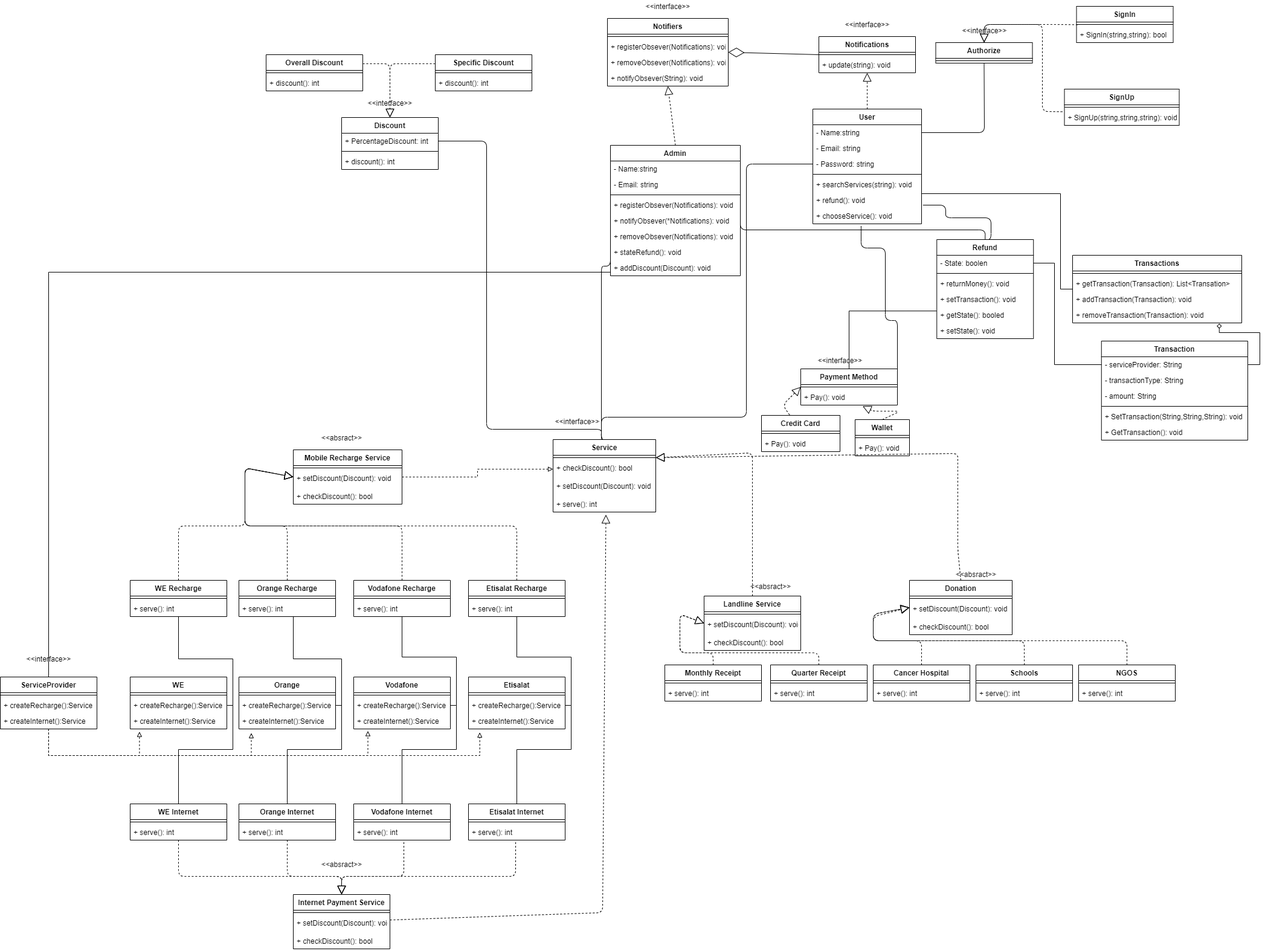
Before: ClassDiagram3.0.png, a diagram exported from draw.io (TheGhost025/Fawry-System). Source tidied: cells renumbered, new cells last; positions are measured from the earlier drawing's top-left corner, leaving out a move shared by most shapes.
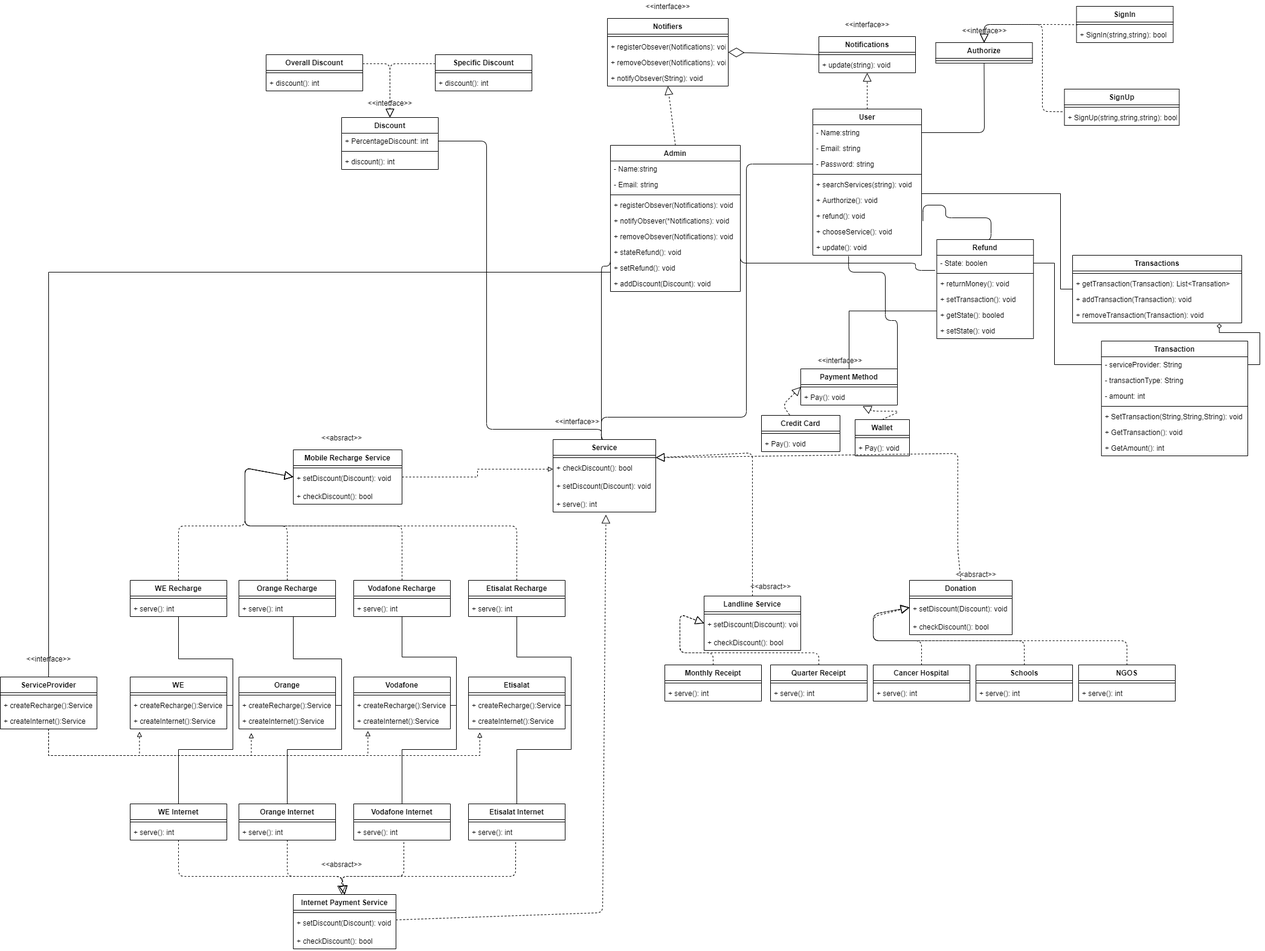
The same diagram one commit later.

What changed in the source:
```diff
@@ -3,7 +3,7 @@
     <mxCell id="0" />
     <mxCell id="1" parent="0" />
     <mxCell id="2" value="User" style="swimlane;fontStyle=1;align=center;verticalAlign=top;horizontal=1;startSize=26;" parent="1" vertex="1">
-      <mxGeometry x="1345" y="180" width="180" height="190" as="geometry" />
+      <mxGeometry x="1345" y="180" width="180" height="242" as="geometry" />
     </mxCell>
     <mxCell id="3" value="- Name:string" style="text;strokeColor=none;fillColor=none;align=left;verticalAlign=top;spacingLeft=4;spacingRight=4;overflow=hidden;points=[[0,0.5],[1,0.5]];portConstraint=eastwest;" parent="2" vertex="1">
       <mxGeometry y="26" width="180" height="26" as="geometry" />
@@ -20,12 +20,18 @@
     <mxCell id="7" value="+ searchServices(string): void" style="text;strokeColor=none;fillColor=none;align=left;verticalAlign=top;spacingLeft=4;spacingRight=4;overflow=hidden;" parent="2" vertex="1">
       <mxGeometry y="112" width="180" height="26" as="geometry" />
     </mxCell>
+    <mxCell id="214" value="+ Aurthorize(): void" style="text;strokeColor=none;fillColor=none;align=left;verticalAlign=top;spacingLeft=4;spacingRight=4;overflow=hidden;" parent="2" vertex="1">
+      <mxGeometry y="138" width="180" height="26" as="geometry" />
+    </mxCell>
     <mxCell id="8" value="+ refund(): void" style="text;strokeColor=none;fillColor=none;align=left;verticalAlign=top;spacingLeft=4;spacingRight=4;overflow=hidden;points=[[0,0.5],[1,0.5]];portConstraint=eastwest;" parent="2" vertex="1">
-      <mxGeometry y="138" width="180" height="26" as="geometry" />
+      <mxGeometry y="164" width="180" height="26" as="geometry" />
     </mxCell>
     <mxCell id="9" value="+ chooseService(): void" style="text;strokeColor=none;fillColor=none;align=left;verticalAlign=top;spacingLeft=4;spacingRight=4;overflow=hidden;points=[[0,0.5],[1,0.5]];portConstraint=eastwest;" parent="2" vertex="1">
-      <mxGeometry y="164" width="180" height="26" as="geometry" />
+      <mxGeometry y="190" width="180" height="26" as="geometry" />
     </mxCell>
+    <mxCell id="215" value="+ update(): void" style="text;strokeColor=none;fillColor=none;align=left;verticalAlign=top;spacingLeft=4;spacingRight=4;overflow=hidden;points=[[0,0.5],[1,0.5]];portConstraint=eastwest;" parent="2" vertex="1">
+      <mxGeometry y="216" width="180" height="26" as="geometry" />
+    </mxCell>
     <mxCell id="10" value="Authorize" style="swimlane;fontStyle=1;align=center;verticalAlign=top;horizontal=1;startSize=26;" parent="1" vertex="1">
       <mxGeometry x="1548.5" y="70" width="160" height="34" as="geometry" />
     </mxCell>
@@ -54,7 +60,7 @@
     <mxCell id="17" style="line;strokeWidth=1;fillColor=none;align=left;verticalAlign=middle;spacingTop=-1;spacingLeft=3;spacingRight=3;labelPosition=right;" parent="16" vertex="1">
       <mxGeometry y="26" width="190" height="8" as="geometry" />
     </mxCell>
-    <mxCell id="18" value="+ SignUp(string,string,string): void" style="text;strokeColor=none;fillColor=none;align=left;verticalAlign=top;spacingLeft=4;spacingRight=4;overflow=hidden;points=[[0,0.5],[1,0.5]];portConstraint=eastwest;" parent="16" vertex="1">
+    <mxCell id="18" value="+ SignUp(string,string,string): bool" style="text;strokeColor=none;fillColor=none;align=left;verticalAlign=top;spacingLeft=4;spacingRight=4;overflow=hidden;points=[[0,0.5],[1,0.5]];portConstraint=eastwest;" parent="16" vertex="1">
       <mxGeometry y="34" width="190" height="26" as="geometry" />
     </mxCell>
     <mxCell id="19" style="endArrow=block;dashed=1;endFill=0;endSize=12;html=1;entryX=0.5;entryY=0;entryDx=0;entryDy=0;exitX=-0.018;exitY=0.131;exitDx=0;exitDy=0;exitPerimeter=0;" parent="1" edge="1" source="18" target="10">
@@ -91,11 +97,11 @@
     <mxCell id="24" value="+ Pay(): void" style="text;strokeColor=none;fillColor=none;align=left;verticalAlign=top;spacingLeft=4;spacingRight=4;overflow=hidden;points=[[0,0.5],[1,0.5]];portConstraint=eastwest;" parent="22" vertex="1">
       <mxGeometry y="34" width="160" height="26" as="geometry" />
     </mxCell>
-    <mxCell id="25" style="endArrow=none;html=1;edgeStyle=orthogonalEdgeStyle;entryX=1;entryY=0.5;entryDx=0;entryDy=0;exitX=0.444;exitY=1.131;exitDx=0;exitDy=0;exitPerimeter=0;" parent="1" edge="1" source="9" target="22">
+    <mxCell id="25" style="endArrow=none;html=1;edgeStyle=orthogonalEdgeStyle;entryX=1;entryY=0.5;entryDx=0;entryDy=0;exitX=0.329;exitY=1.054;exitDx=0;exitDy=0;exitPerimeter=0;" parent="1" edge="1" source="215" target="22">
       <mxGeometry relative="1" as="geometry">
         <Array as="points">
-          <mxPoint x="1425" y="410" />
-          <mxPoint x="1465" y="410" />
+          <mxPoint x="1404" y="450" />
+          <mxPoint x="1465" y="450" />
           <mxPoint x="1465" y="530" />
           <mxPoint x="1485" y="530" />
         </Array>
@@ -150,16 +156,16 @@
       <mxGeometry y="94" width="170" height="26" as="geometry" />
     </mxCell>
     <mxCell id="39" value="Internet Payment Service" style="swimlane;fontStyle=1;align=center;verticalAlign=top;horizontal=1;startSize=26;" parent="1" vertex="1">
-      <mxGeometry x="485" y="1480" width="160" height="90" as="geometry" />
+      <mxGeometry x="485" y="1480" width="170" height="90" as="geometry" />
     </mxCell>
     <mxCell id="40" style="line;strokeWidth=1;fillColor=none;align=left;verticalAlign=middle;spacingTop=-1;spacingLeft=3;spacingRight=3;labelPosition=right;" parent="39" vertex="1">
-      <mxGeometry y="26" width="160" height="8" as="geometry" />
+      <mxGeometry y="26" width="170" height="8" as="geometry" />
     </mxCell>
     <mxCell id="41" value="+ setDiscount(Discount): void" style="text;strokeColor=none;fillColor=none;align=left;verticalAlign=top;spacingLeft=4;spacingRight=4;overflow=hidden;" parent="39" vertex="1">
-      <mxGeometry y="34" width="160" height="30" as="geometry" />
+      <mxGeometry y="34" width="170" height="30" as="geometry" />
     </mxCell>
     <mxCell id="42" value="+ checkDiscount(): bool" style="text;strokeColor=none;fillColor=none;align=left;verticalAlign=top;spacingLeft=4;spacingRight=4;overflow=hidden;" parent="39" vertex="1">
-      <mxGeometry y="64" width="160" height="26" as="geometry" />
+      <mxGeometry y="64" width="170" height="26" as="geometry" />
     </mxCell>
     <mxCell id="43" value="Landline Service" style="swimlane;fontStyle=1;align=center;verticalAlign=top;horizontal=1;startSize=26;" parent="1" vertex="1">
       <mxGeometry x="1165" y="986" width="160" height="90" as="geometry" />
@@ -656,7 +662,7 @@
       </mxGeometry>
     </mxCell>
     <mxCell id="153" value="Admin" style="swimlane;fontStyle=1;align=center;verticalAlign=top;horizontal=1;startSize=26;" parent="1" vertex="1">
-      <mxGeometry x="1010" y="240" width="215" height="216" as="geometry" />
+      <mxGeometry x="1010" y="240" width="215" height="242" as="geometry" />
     </mxCell>
     <mxCell id="154" value="- Name:string" style="text;strokeColor=none;fillColor=none;align=left;verticalAlign=top;spacingLeft=4;spacingRight=4;overflow=hidden;" parent="153" vertex="1">
       <mxGeometry y="26" width="215" height="26" as="geometry" />
@@ -679,8 +685,11 @@
     <mxCell id="160" value="+ stateRefund(): void" style="text;strokeColor=none;fillColor=none;align=left;verticalAlign=top;spacingLeft=4;spacingRight=4;overflow=hidden;points=[[0,0.5],[1,0.5]];portConstraint=eastwest;" parent="153" vertex="1">
       <mxGeometry y="164" width="215" height="26" as="geometry" />
     </mxCell>
+    <mxCell id="216" value="+ setRefund(): void" style="text;strokeColor=none;fillColor=none;align=left;verticalAlign=top;spacingLeft=4;spacingRight=4;overflow=hidden;" parent="153" vertex="1">
+      <mxGeometry y="190" width="215" height="26" as="geometry" />
+    </mxCell>
     <mxCell id="161" value="+ addDiscount(Discount): void" style="text;strokeColor=none;fillColor=none;align=left;verticalAlign=top;spacingLeft=4;spacingRight=4;overflow=hidden;" parent="153" vertex="1">
-      <mxGeometry y="190" width="215" height="26" as="geometry" />
+      <mxGeometry y="216" width="215" height="26" as="geometry" />
     </mxCell>
     <mxCell id="162" style="endArrow=none;html=1;edgeStyle=orthogonalEdgeStyle;entryX=0.5;entryY=0;entryDx=0;entryDy=0;exitX=0;exitY=0.5;exitDx=0;exitDy=0;" parent="1" edge="1" source="160" target="34">
       <mxGeometry relative="1" as="geometry">
@@ -690,11 +699,12 @@
         </Array>
       </mxGeometry>
     </mxCell>
-    <mxCell id="163" style="endArrow=none;html=1;edgeStyle=orthogonalEdgeStyle;entryX=1;entryY=0.5;entryDx=0;entryDy=0;exitX=0.5;exitY=0;exitDx=0;exitDy=0;" parent="1" edge="1" source="132" target="153">
+    <mxCell id="163" style="endArrow=none;html=1;edgeStyle=orthogonalEdgeStyle;entryX=1;entryY=0.5;entryDx=0;entryDy=0;exitX=-0.018;exitY=0.962;exitDx=0;exitDy=0;exitPerimeter=0;" parent="1" edge="1" source="133" target="153">
       <mxGeometry relative="1" as="geometry">
         <Array as="points">
-          <mxPoint x="1630" y="380" />
-          <mxPoint x="1225" y="380" />
+          <mxPoint x="1515" y="447" />
+          <mxPoint x="1515" y="435" />
+          <mxPoint x="1225" y="435" />
         </Array>
       </mxGeometry>
     </mxCell>
@@ -844,7 +854,7 @@
       <mxGeometry y="86" width="280" height="26" as="geometry" />
     </mxCell>
     <mxCell id="204" value="Transaction" style="swimlane;fontStyle=1;align=center;verticalAlign=top;horizontal=1;startSize=26;" parent="1" vertex="1">
-      <mxGeometry x="1822.8" y="564" width="242.2" height="164" as="geometry" />
+      <mxGeometry x="1822.8" y="564" width="242.2" height="190" as="geometry" />
     </mxCell>
     <mxCell id="205" value="- serviceProvider: String" style="text;strokeColor=none;fillColor=none;align=left;verticalAlign=top;spacingLeft=4;spacingRight=4;overflow=hidden;points=[[0,0.5],[1,0.5]];portConstraint=eastwest;" parent="204" vertex="1">
       <mxGeometry y="26" width="242.2" height="26" as="geometry" />
@@ -852,7 +862,7 @@
     <mxCell id="206" value="- transactionType: String" style="text;strokeColor=none;fillColor=none;align=left;verticalAlign=top;spacingLeft=4;spacingRight=4;overflow=hidden;" parent="204" vertex="1">
       <mxGeometry y="52" width="242.2" height="26" as="geometry" />
     </mxCell>
-    <mxCell id="207" value="- amount: String" style="text;strokeColor=none;fillColor=none;align=left;verticalAlign=top;spacingLeft=4;spacingRight=4;overflow=hidden;" parent="204" vertex="1">
+    <mxCell id="207" value="- amount: int" style="text;strokeColor=none;fillColor=none;align=left;verticalAlign=top;spacingLeft=4;spacingRight=4;overflow=hidden;" parent="204" vertex="1">
       <mxGeometry y="78" width="242.2" height="26" as="geometry" />
     </mxCell>
     <mxCell id="208" style="line;strokeWidth=1;fillColor=none;align=left;verticalAlign=middle;spacingTop=-1;spacingLeft=3;spacingRight=3;labelPosition=right;" parent="204" vertex="1">
@@ -864,6 +874,9 @@
     <mxCell id="210" value="+ GetTransaction(): void" style="text;strokeColor=none;fillColor=none;align=left;verticalAlign=top;spacingLeft=4;spacingRight=4;overflow=hidden;" parent="204" vertex="1">
       <mxGeometry y="138" width="242.2" height="26" as="geometry" />
     </mxCell>
+    <mxCell id="217" value="+ GetAmount(): int" style="text;strokeColor=none;fillColor=none;align=left;verticalAlign=top;spacingLeft=4;spacingRight=4;overflow=hidden;" parent="204" vertex="1">
+      <mxGeometry y="164" width="242.2" height="26" as="geometry" />
+    </mxCell>
     <mxCell id="211" style="edgeStyle=orthogonalEdgeStyle;rounded=0;jettySize=auto;html=1;entryX=1;entryY=0.5;entryDx=0;entryDy=0;startArrow=diamond;startFill=0;endArrow=none;endFill=0;exitX=0.867;exitY=1.038;exitDx=0;exitDy=0;exitPerimeter=0;" parent="1" edge="1" source="203" target="205">
       <mxGeometry relative="1" as="geometry">
         <Array as="points">
```
